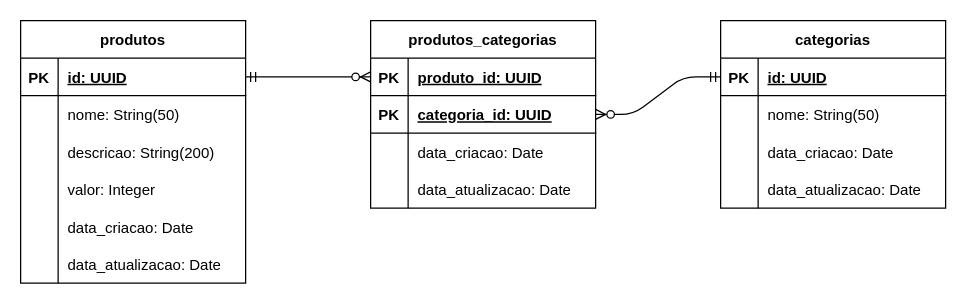
The draw.io diagram page "Modelo Lógico" (2 of 2) of requirements/ecommerce-database.drawio in avilahesnan/ecommerce-node-api, before the edit. Source tidied: cells renumbered, new cells numbered last; positions are measured from the earlier drawing's top-left corner, leaving out a move shared by most shapes. Both pictures are drawn from the tidied source at 125%, with x=0, y=0 at pixel (20, 20).
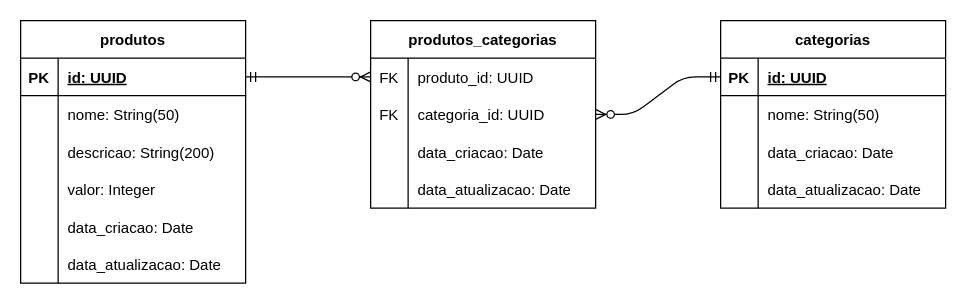
The same page after the edit.

The change refers to these unchanged cells:
```xml
<mxCell id="3" style="shape=tableRow;horizontal=0;startSize=0;swimlaneHead=0;swimlaneBody=0;fillColor=none;points=[[0,0.5],[1,0.5]];portConstraint=eastwest;top=0;left=0;right=0;bottom=1;" parent="2" vertex="1">
  <mxGeometry y="30" width="180" height="30" as="geometry" />
</mxCell>
<mxCell id="22" style="shape=tableRow;horizontal=0;startSize=0;swimlaneHead=0;swimlaneBody=0;fillColor=none;points=[[0,0.5],[1,0.5]];portConstraint=eastwest;top=0;left=0;right=0;bottom=1;" parent="21" vertex="1">
  <mxGeometry y="30" width="180" height="30" as="geometry" />
</mxCell>
<mxCell id="34" value="produtos_categorias" style="shape=table;startSize=30;childLayout=tableLayout;rowLines=0;fontStyle=1;align=center;" parent="1" vertex="1">
  <mxGeometry x="280" width="180" height="150" as="geometry" />
</mxCell>
```

What changed in the source:
```diff
@@
-    <mxCell id="35" style="shape=tableRow;horizontal=0;startSize=0;swimlaneHead=0;swimlaneBody=0;fillColor=none;points=[[0,0.5],[1,0.5]];portConstraint=eastwest;top=0;left=0;right=0;bottom=1;" parent="34" vertex="1">
-      <mxGeometry y="30" width="180" height="30" as="geometry" />
-    </mxCell>
-    <mxCell id="36" value="PK" style="shape=partialRectangle;fillColor=none;top=0;left=0;bottom=0;right=0;fontStyle=1;overflow=hidden;" parent="35" vertex="1">
-      <mxGeometry width="30" height="30" as="geometry" />
-    </mxCell>
+    <mxCell id="49" style="shape=tableRow;horizontal=0;startSize=0;swimlaneHead=0;swimlaneBody=0;fillColor=none;top=0;left=0;right=0;bottom=0;" parent="34" vertex="1">
+      <mxGeometry y="30" width="180" height="30" as="geometry" />
+    </mxCell>
+    <mxCell id="50" value="FK" style="shape=partialRectangle;fillColor=none;top=0;left=0;bottom=0;right=0;fontStyle=0;overflow=hidden;" parent="49" vertex="1">
+      <mxGeometry width="30" height="30" as="geometry" />
+    </mxCell>
-    <mxCell id="37" value="produto_id: UUID" style="shape=partialRectangle;fillColor=none;top=0;left=0;bottom=0;right=0;align=left;spacingLeft=6;fontStyle=5;overflow=hidden;" parent="35" vertex="1">
+    <mxCell id="37" value="produto_id: UUID" style="shape=partialRectangle;fillColor=none;top=0;left=0;bottom=0;right=0;align=left;spacingLeft=6;fontStyle=0;overflow=hidden;" parent="49" vertex="1">
       <mxGeometry x="30" width="150" height="30" as="geometry" />
     </mxCell>
-    <mxCell id="38" style="shape=tableRow;horizontal=0;startSize=0;swimlaneHead=0;swimlaneBody=0;fillColor=none;points=[[0,0.5],[1,0.5]];portConstraint=eastwest;top=0;left=0;right=0;bottom=1;" parent="34" vertex="1">
-      <mxGeometry y="60" width="180" height="30" as="geometry" />
-    </mxCell>
-    <mxCell id="39" value="PK" style="shape=partialRectangle;fillColor=none;top=0;left=0;bottom=0;right=0;fontStyle=1;overflow=hidden;" parent="38" vertex="1">
-      <mxGeometry width="30" height="30" as="geometry" />
-    </mxCell>
+    <mxCell id="51" style="shape=tableRow;horizontal=0;startSize=0;swimlaneHead=0;swimlaneBody=0;fillColor=none;points=[[0,0.5],[1,0.5]];portConstraint=eastwest;top=0;left=0;right=0;bottom=0;" parent="34" vertex="1">
+      <mxGeometry y="60" width="180" height="30" as="geometry" />
+    </mxCell>
+    <mxCell id="52" value="FK" style="shape=partialRectangle;fillColor=none;top=0;left=0;bottom=0;right=0;fontStyle=0;overflow=hidden;" parent="51" vertex="1">
+      <mxGeometry width="30" height="30" as="geometry" />
+    </mxCell>
-    <mxCell id="40" value="categoria_id: UUID" style="shape=partialRectangle;fillColor=none;top=0;left=0;bottom=0;right=0;align=left;spacingLeft=6;fontStyle=5;overflow=hidden;" parent="38" vertex="1">
+    <mxCell id="40" value="categoria_id: UUID" style="shape=partialRectangle;fillColor=none;top=0;left=0;bottom=0;right=0;align=left;spacingLeft=6;fontStyle=0;overflow=hidden;" parent="51" vertex="1">
       <mxGeometry x="30" width="150" height="30" as="geometry" />
     </mxCell>
@@
-    <mxCell id="47" style="edgeStyle=entityRelationEdgeStyle;fontSize=12;html=1;endArrow=ERzeroToMany;startArrow=ERmandOne;exitX=1;exitY=0.5;exitDx=0;exitDy=0;entryX=0;entryY=0.5;entryDx=0;entryDy=0;" parent="1" edge="1" source="3" target="35">
-      <mxGeometry relative="1" as="geometry" />
+    <mxCell id="47" style="edgeStyle=entityRelationEdgeStyle;fontSize=12;html=1;endArrow=ERzeroToMany;startArrow=ERmandOne;exitX=1;exitY=0.5;exitDx=0;exitDy=0;entryX=0;entryY=0.5;entryDx=0;entryDy=0;" parent="1" edge="1" source="3">
+      <mxGeometry relative="1" as="geometry">
+        <mxPoint x="280" y="45" as="targetPoint" />
+      </mxGeometry>
     </mxCell>
-    <mxCell id="48" style="edgeStyle=entityRelationEdgeStyle;fontSize=12;html=1;endArrow=ERzeroToMany;startArrow=ERmandOne;entryX=1;entryY=0.5;entryDx=0;entryDy=0;exitX=0;exitY=0.5;exitDx=0;exitDy=0;" parent="1" edge="1" source="22" target="38">
+    <mxCell id="48" style="edgeStyle=entityRelationEdgeStyle;fontSize=12;html=1;endArrow=ERzeroToMany;startArrow=ERmandOne;exitX=0;exitY=0.5;exitDx=0;exitDy=0;entryX=1;entryY=0.5;entryDx=0;entryDy=0;" parent="1" edge="1" source="22" target="51">
       <mxGeometry relative="1" as="geometry" />
     </mxCell>
```
